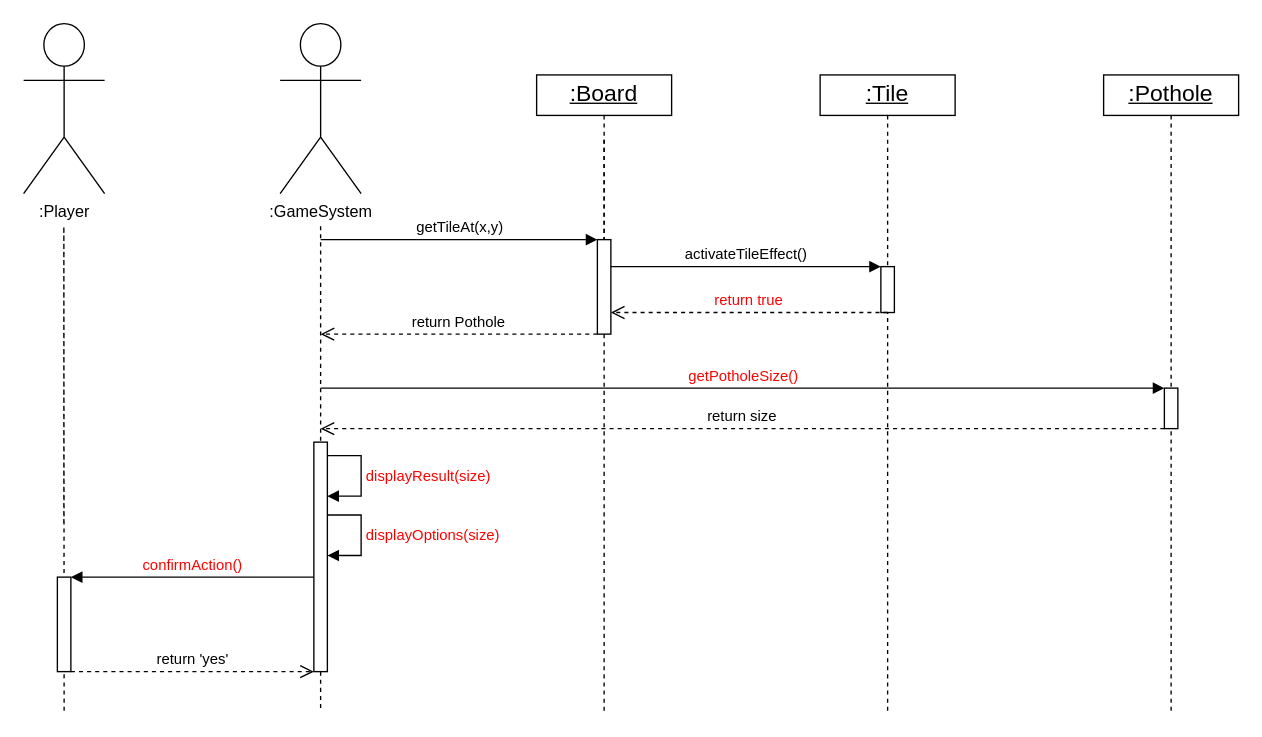
Earlier version of the draw.io diagram page "Encounter Pothole" (3 of 5) of Deliverables/Semester 1/PDF Report/Diagrams/Sequence Diagrams/Peter's Sequence diagrams.drawio (Xelodico/engineers-without-borders). Source tidied: cells renumbered, new cells numbered last; positions are measured from the earlier drawing's top-left corner, leaving out a move shared by most shapes. Both pictures are drawn from the tidied source at 135%, with x=0, y=0 at pixel (23, 23).
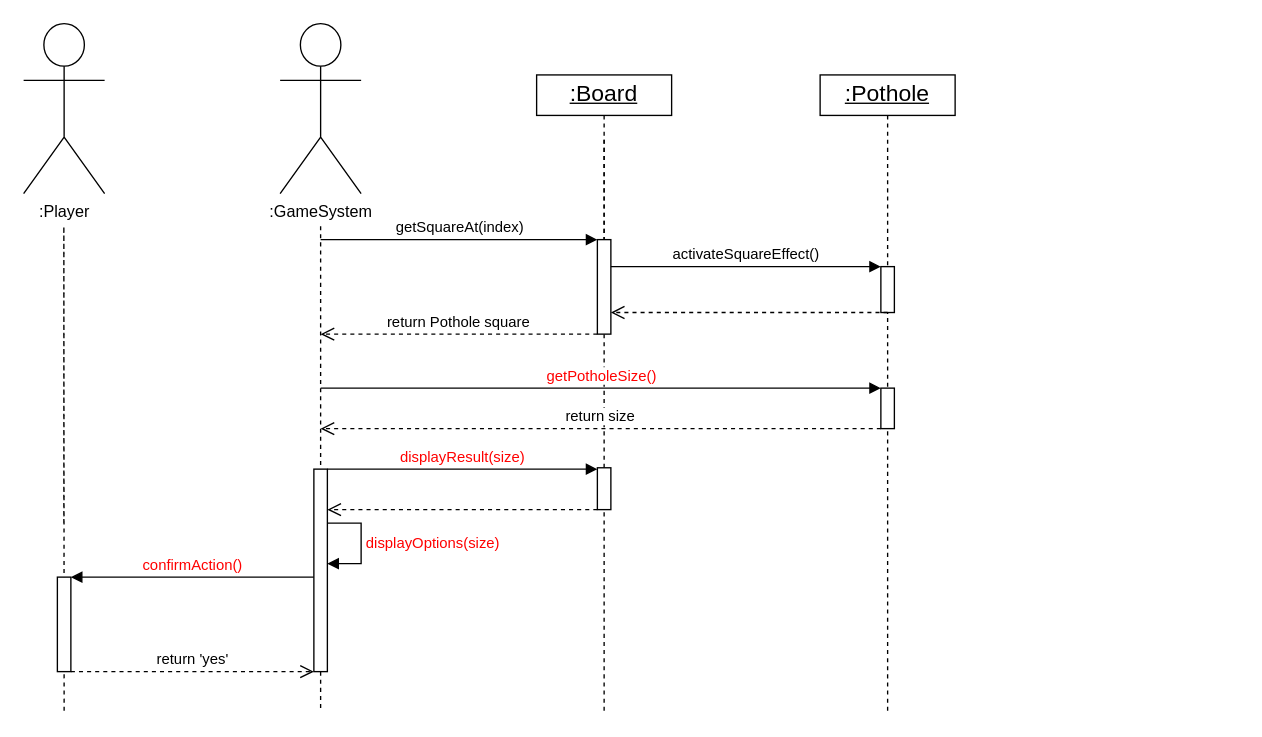
Above is the later version.

The change refers to these unchanged cells:
```xml
<mxCell id="7" style="html=1;points=[[0,0,0,0,5],[0,1,0,0,-5],[1,0,0,0,5],[1,1,0,0,-5]];perimeter=orthogonalPerimeter;outlineConnect=0;targetShapes=umlLifeline;portConstraint=eastwest;newEdgeStyle={&quot;curved&quot;:0,&quot;rounded&quot;:0};" parent="1" vertex="1">
  <mxGeometry x="425" y="160" width="10" height="70" as="geometry" />
</mxCell>
```

Diff of the diagram source:
```diff
@@
+    <mxCell id="14" style="edgeStyle=orthogonalEdgeStyle;rounded=0;jettySize=auto;html=1;dashed=1;endArrow=none;endFill=0;exitX=0.5;exitY=1;exitDx=0;exitDy=0;" parent="1" edge="1" source="13">
+      <mxGeometry relative="1" as="geometry">
+        <mxPoint x="640" y="510" as="targetPoint" />
+      </mxGeometry>
+    </mxCell>
@@
-    <mxCell id="5" value="return Pothole" style="html=1;verticalAlign=bottom;endArrow=open;dashed=1;endSize=8;curved=0;rounded=0;" parent="1" edge="1" source="7">
+    <mxCell id="5" value="return Pothole square" style="html=1;verticalAlign=bottom;endArrow=open;dashed=1;endSize=8;curved=0;rounded=0;" parent="1" edge="1" source="7">
       <mxGeometry relative="1" as="geometry">
         <mxPoint x="220" y="230" as="targetPoint" />
       </mxGeometry>
     </mxCell>
@@
-    <mxCell id="8" style="edgeStyle=orthogonalEdgeStyle;rounded=0;jettySize=auto;html=1;dashed=1;endArrow=none;endFill=0;exitX=0.5;exitY=1;exitDx=0;exitDy=0;" parent="1" edge="1" source="12">
-      <mxGeometry relative="1" as="geometry">
-        <mxPoint x="640" y="510" as="targetPoint" />
-      </mxGeometry>
-    </mxCell>
@@
-    <mxCell id="10" value="activateTileEffect()" style="html=1;verticalAlign=bottom;endArrow=block;curved=0;rounded=0;" parent="1" edge="1">
+    <mxCell id="10" value="activateSquareEffect()" style="html=1;verticalAlign=bottom;endArrow=block;curved=0;rounded=0;" parent="1" edge="1">
       <mxGeometry relative="1" as="geometry">
         <mxPoint x="435" y="180" as="sourcePoint" />
         <mxPoint x="635" y="180" as="targetPoint" />
       </mxGeometry>
     </mxCell>
-    <mxCell id="11" value="return true" style="html=1;verticalAlign=bottom;endArrow=open;dashed=1;endSize=8;curved=0;rounded=0;fontColor=#FF0000;" parent="1" edge="1">
+    <mxCell id="11" style="html=1;verticalAlign=bottom;endArrow=open;dashed=1;endSize=8;curved=0;rounded=0;fontColor=#FF0000;" parent="1" edge="1">
       <mxGeometry relative="1" as="geometry">
         <mxPoint x="640" y="214" as="sourcePoint" />
         <mxPoint x="435" y="214" as="targetPoint" />
       </mxGeometry>
     </mxCell>
-    <mxCell id="12" value=":Tile" style="html=1;whiteSpace=wrap;fontStyle=4;fontSize=17;horizontal=1;" parent="1" vertex="1">
-      <mxGeometry x="590" y="38" width="100" height="30" as="geometry" />
-    </mxCell>
     <mxCell id="13" value=":Pothole" style="html=1;whiteSpace=wrap;fontStyle=4;fontSize=17;horizontal=1;" parent="1" vertex="1">
-      <mxGeometry x="800" y="38" width="100" height="30" as="geometry" />
+      <mxGeometry x="590" y="38" width="100" height="30" as="geometry" />
     </mxCell>
-    <mxCell id="14" style="edgeStyle=orthogonalEdgeStyle;rounded=0;jettySize=auto;html=1;dashed=1;endArrow=none;endFill=0;exitX=0.5;exitY=1;exitDx=0;exitDy=0;" parent="1" edge="1" source="13">
-      <mxGeometry relative="1" as="geometry">
-        <mxPoint x="850" y="510" as="targetPoint" />
-      </mxGeometry>
-    </mxCell>
     <mxCell id="15" style="html=1;points=[[0,0,0,0,5],[0,1,0,0,-5],[1,0,0,0,5],[1,1,0,0,-5]];perimeter=orthogonalPerimeter;outlineConnect=0;targetShapes=umlLifeline;portConstraint=eastwest;newEdgeStyle={&quot;curved&quot;:0,&quot;rounded&quot;:0};" parent="1" vertex="1">
-      <mxGeometry x="845" y="270" width="10" height="30" as="geometry" />
+      <mxGeometry x="635" y="270" width="10" height="30" as="geometry" />
     </mxCell>
@@
     <mxCell id="21" style="html=1;points=[[0,0,0,0,5],[0,1,0,0,-5],[1,0,0,0,5],[1,1,0,0,-5]];perimeter=orthogonalPerimeter;outlineConnect=0;targetShapes=umlLifeline;portConstraint=eastwest;newEdgeStyle={&quot;curved&quot;:0,&quot;rounded&quot;:0};" parent="1" vertex="1">
-      <mxGeometry x="215" y="310" width="10" height="170" as="geometry" />
+      <mxGeometry x="215" y="330" width="10" height="150" as="geometry" />
     </mxCell>
-    <mxCell id="22" value="displayResult(size)" style="html=1;align=left;spacingLeft=2;endArrow=block;rounded=0;edgeStyle=orthogonalEdgeStyle;curved=0;rounded=0;fontColor=#FF0000;" parent="1" edge="1">
-      <mxGeometry relative="1" as="geometry">
-        <mxPoint x="225" y="320" as="sourcePoint" />
-        <mxPoint x="225" y="350" as="targetPoint" />
-        <Array as="points">
-          <mxPoint x="250" y="350" />
-        </Array>
-      </mxGeometry>
-    </mxCell>
     <mxCell id="23" value="displayOptions(size)" style="html=1;align=left;spacingLeft=2;endArrow=block;rounded=0;edgeStyle=orthogonalEdgeStyle;curved=0;rounded=0;fontColor=#FF0000;" parent="1" edge="1">
       <mxGeometry relative="1" as="geometry">
-        <mxPoint x="225" y="364" as="sourcePoint" />
-        <mxPoint x="225" y="394" as="targetPoint" />
+        <mxPoint x="225" y="370" as="sourcePoint" />
+        <mxPoint x="225" y="400" as="targetPoint" />
         <Array as="points">
-          <mxPoint x="250" y="394" />
+          <mxPoint x="250" y="400" />
         </Array>
       </mxGeometry>
     </mxCell>
@@
-    <mxCell id="26" value="getTileAt(x,y)" style="html=1;verticalAlign=bottom;endArrow=block;curved=0;rounded=0;" parent="1" edge="1" target="7">
+    <mxCell id="26" value="getSquareAt(index)" style="html=1;verticalAlign=bottom;endArrow=block;curved=0;rounded=0;" parent="1" edge="1" target="7">
       <mxGeometry relative="1" as="geometry">
         <mxPoint x="220" y="160" as="sourcePoint" />
       </mxGeometry>
     </mxCell>
@@
+    <mxCell id="22" value="displayResult(size)" style="html=1;verticalAlign=bottom;endArrow=block;curved=0;rounded=0;fontColor=#FF0000;" parent="1" edge="1" target="28">
+      <mxGeometry relative="1" as="geometry">
+        <mxPoint x="225" y="330" as="sourcePoint" />
+      </mxGeometry>
+    </mxCell>
+    <mxCell id="28" style="html=1;points=[[0,0,0,0,5],[0,1,0,0,-5],[1,0,0,0,5],[1,1,0,0,-5]];perimeter=orthogonalPerimeter;outlineConnect=0;targetShapes=umlLifeline;portConstraint=eastwest;newEdgeStyle={&quot;curved&quot;:0,&quot;rounded&quot;:0};" parent="1" vertex="1">
+      <mxGeometry x="425" y="329" width="10" height="31" as="geometry" />
+    </mxCell>
+    <mxCell id="29" style="html=1;verticalAlign=bottom;endArrow=open;dashed=1;endSize=8;curved=0;rounded=0;" parent="1" edge="1" source="28" target="21">
+      <mxGeometry relative="1" as="geometry">
+        <Array as="points">
+          <mxPoint x="330" y="360" />
+        </Array>
+      </mxGeometry>
+    </mxCell>
```
